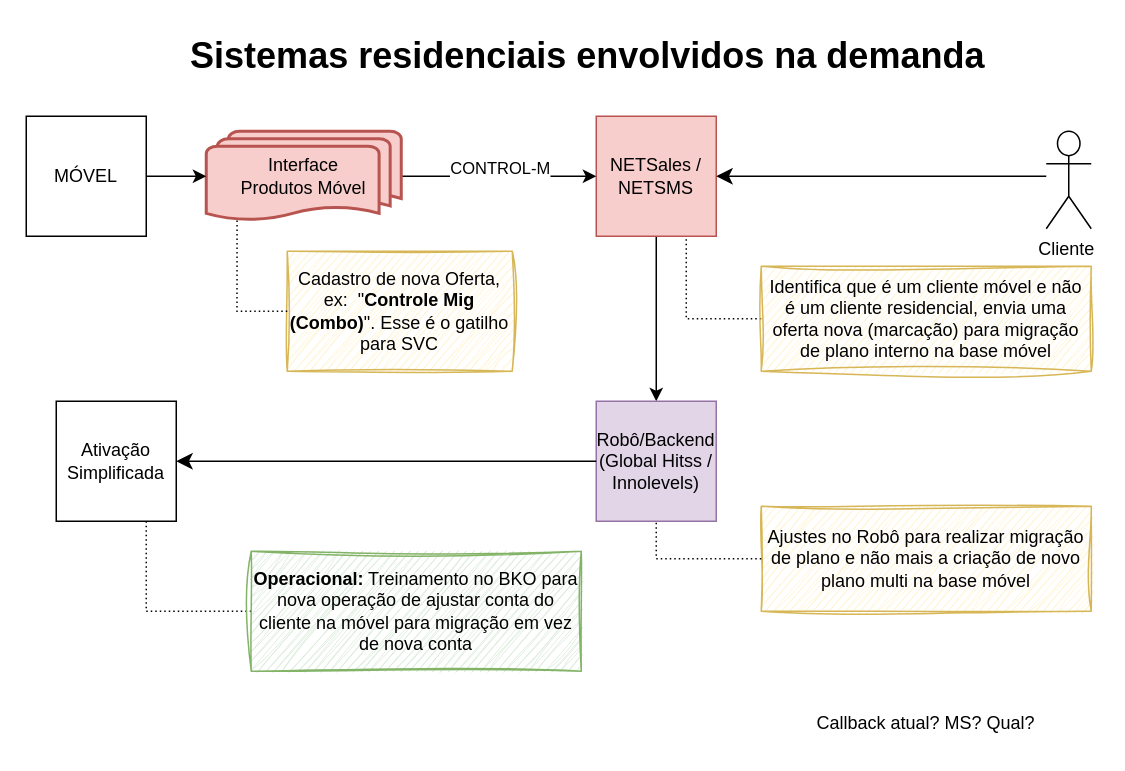
The draw.io diagram page "Venda Combo Multi Residencial" (2 of 2) of Cross-Sell Multi Base Móvel.drawio.xml in samirali/ClaroBrasil, before the edit. Source tidied: cells renumbered, new cells numbered last; positions are measured from the earlier drawing's top-left corner, leaving out a move shared by most shapes. Both pictures are drawn from the tidied source at 150%, with x=0, y=0 at pixel (26, 26).
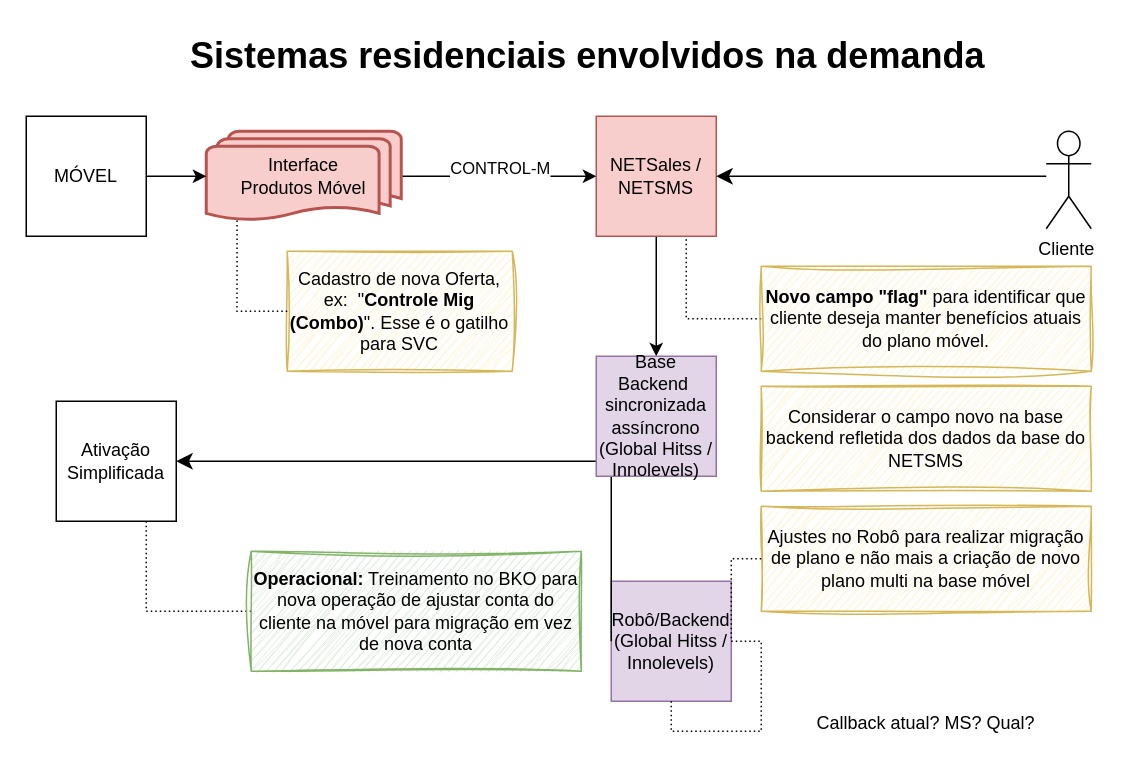
After the change.

The change refers to these unchanged cells:
```xml
<mxCell id="3" value="NETSales / &lt;br&gt;NETSMS" style="whiteSpace=wrap;html=1;fillColor=#f8cecc;strokeColor=#b85450;" parent="1" vertex="1">
  <mxGeometry x="380" y="60" width="80" height="80" as="geometry" />
</mxCell>
```

Change to the diagram source:
```diff
@@
-    <mxCell id="2" style="edgeStyle=orthogonalEdgeStyle;rounded=0;jettySize=auto;html=1;entryX=0.5;entryY=0;entryDx=0;entryDy=0;" parent="1" edge="1" source="3" target="6">
+    <mxCell id="2" style="edgeStyle=orthogonalEdgeStyle;rounded=0;jettySize=auto;html=1;entryX=0.5;entryY=0;entryDx=0;entryDy=0;" parent="1" edge="1" source="3" target="25">
       <mxGeometry relative="1" as="geometry" />
     </mxCell>
@@
     <mxCell id="6" value="Robô/Backend (Global Hitss / Innolevels)" style="whiteSpace=wrap;html=1;fillColor=#e1d5e7;strokeColor=#9673a6;" parent="1" vertex="1">
-      <mxGeometry x="380" y="250" width="80" height="80" as="geometry" />
+      <mxGeometry x="390" y="370" width="80" height="80" as="geometry" />
     </mxCell>
@@
-    <mxCell id="22" value="Identifica que é um cliente móvel e não é um cliente residencial, envia uma oferta nova (marcação) para migração de plano interno na base móvel" style="text;html=1;strokeColor=#d6b656;fillColor=#fff2cc;align=center;verticalAlign=middle;whiteSpace=wrap;rounded=0;sketch=1;curveFitting=1;jiggle=2;" parent="1" vertex="1">
+    <mxCell id="22" value="&lt;b&gt;Novo campo &quot;flag&quot;&lt;/b&gt; para identificar que cliente deseja manter benefícios atuais do plano móvel." style="text;html=1;strokeColor=#d6b656;fillColor=#fff2cc;align=center;verticalAlign=middle;whiteSpace=wrap;rounded=0;sketch=1;curveFitting=1;jiggle=2;" parent="1" vertex="1">
       <mxGeometry x="490" y="160" width="220" height="70" as="geometry" />
     </mxCell>
@@
+    <mxCell id="25" value="Base Backend&amp;nbsp; sincronizada assíncrono (Global Hitss / Innolevels)" style="whiteSpace=wrap;html=1;fillColor=#e1d5e7;strokeColor=#9673a6;" parent="1" vertex="1">
+      <mxGeometry x="380" y="220" width="80" height="80" as="geometry" />
+    </mxCell>
+    <mxCell id="26" value="Considerar o campo novo na base backend refletida dos dados da base do NETSMS" style="text;html=1;strokeColor=#d6b656;fillColor=#fff2cc;align=center;verticalAlign=middle;whiteSpace=wrap;rounded=0;sketch=1;curveFitting=1;jiggle=2;" parent="1" vertex="1">
+      <mxGeometry x="490" y="240" width="220" height="70" as="geometry" />
+    </mxCell>
```
